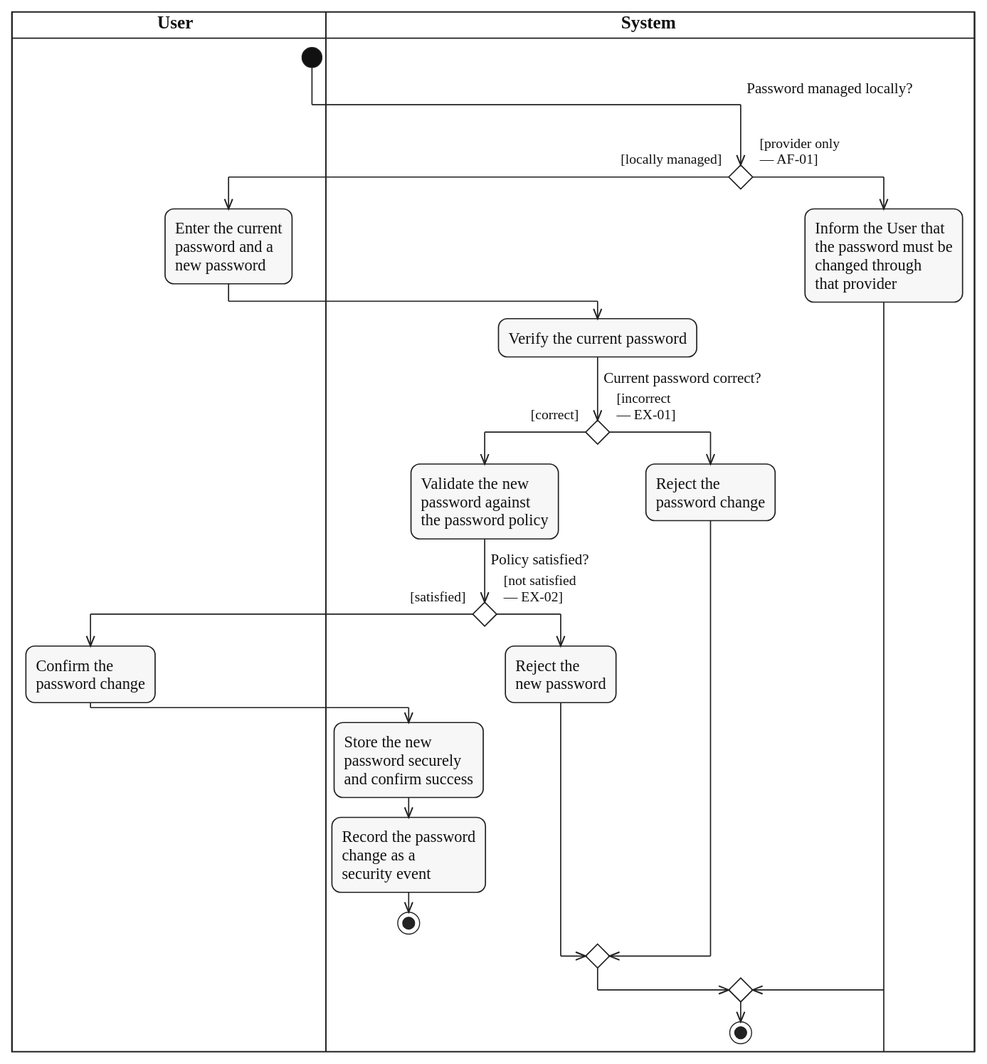
lukenab/swd392-doc-automation keeps this PlantUML diagram as diagrams/activity/account-authentication/svg/UC-PASSWORD-CHANGE.svg. Above is the earlier version. Its source is kept beside it as diagrams/activity/account-authentication/source/UC-PASSWORD-CHANGE.puml.
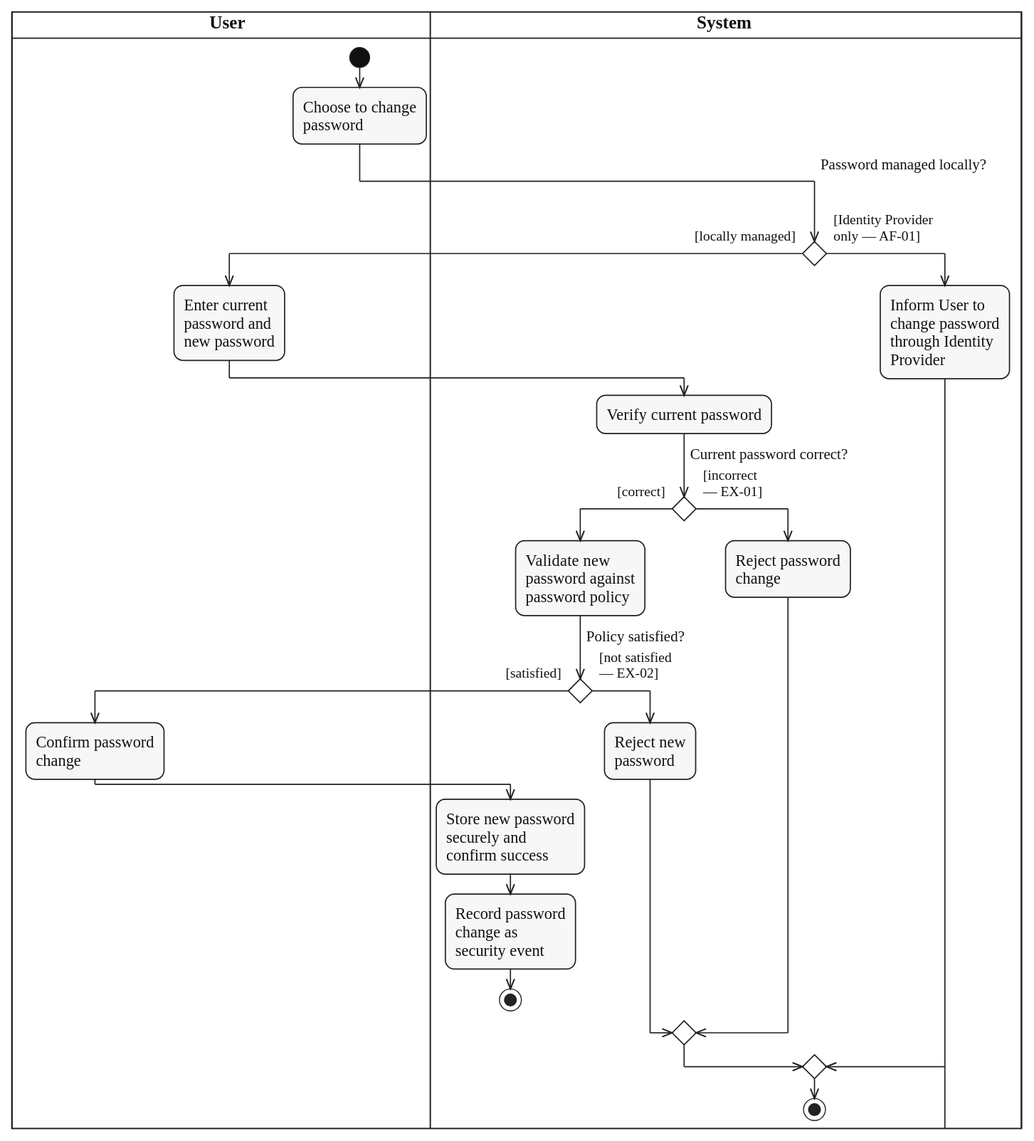
The same diagram one commit later.

Change to the diagram source:
```diff
@@ -5,43 +5,45 @@
 
 |USR|
 start
+:Choose to change
+password;
 |SYS|
 if ($question_x("Password managed locally?")) then ($guard_left("[locally managed]"))
   |USR|
-  :Enter the current
-  password and a
+  :Enter current
+  password and
   new password;
   |SYS|
-  :Verify the current password;
+  :Verify current password;
   if ($question("Current password correct?")) then ($guard_left("[correct]"))
-    :Validate the new
+    :Validate new
     password against
-    the password policy;
+    password policy;
     if ($question("Policy satisfied?")) then ($guard_left("[satisfied]"))
       |USR|
-      :Confirm the
-      password change;
+      :Confirm password
+      change;
       |SYS|
-      :Store the new
-      password securely
-      and confirm success;
-      :Record the password
-      change as a
+      :Store new password
+      securely and
+      confirm success;
+      :Record password
+      change as
       security event;
       stop
     else ($guard_right("[not satisfied", "— EX-02]"))
-      :Reject the
-      new password;
+      :Reject new
+      password;
     endif
   else ($guard_right("[incorrect", "— EX-01]"))
-    :Reject the
-    password change;
+    :Reject password
+    change;
   endif
-else ($guard_right("[provider only", "— AF-01]"))
-  :Inform the User that
-  the password must be
-  changed through
-  that provider;
+else ($guard_right("[Identity Provider", "only — AF-01]"))
+  :Inform User to
+  change password
+  through Identity
+  Provider;
 endif
 |SYS|
 stop
```
